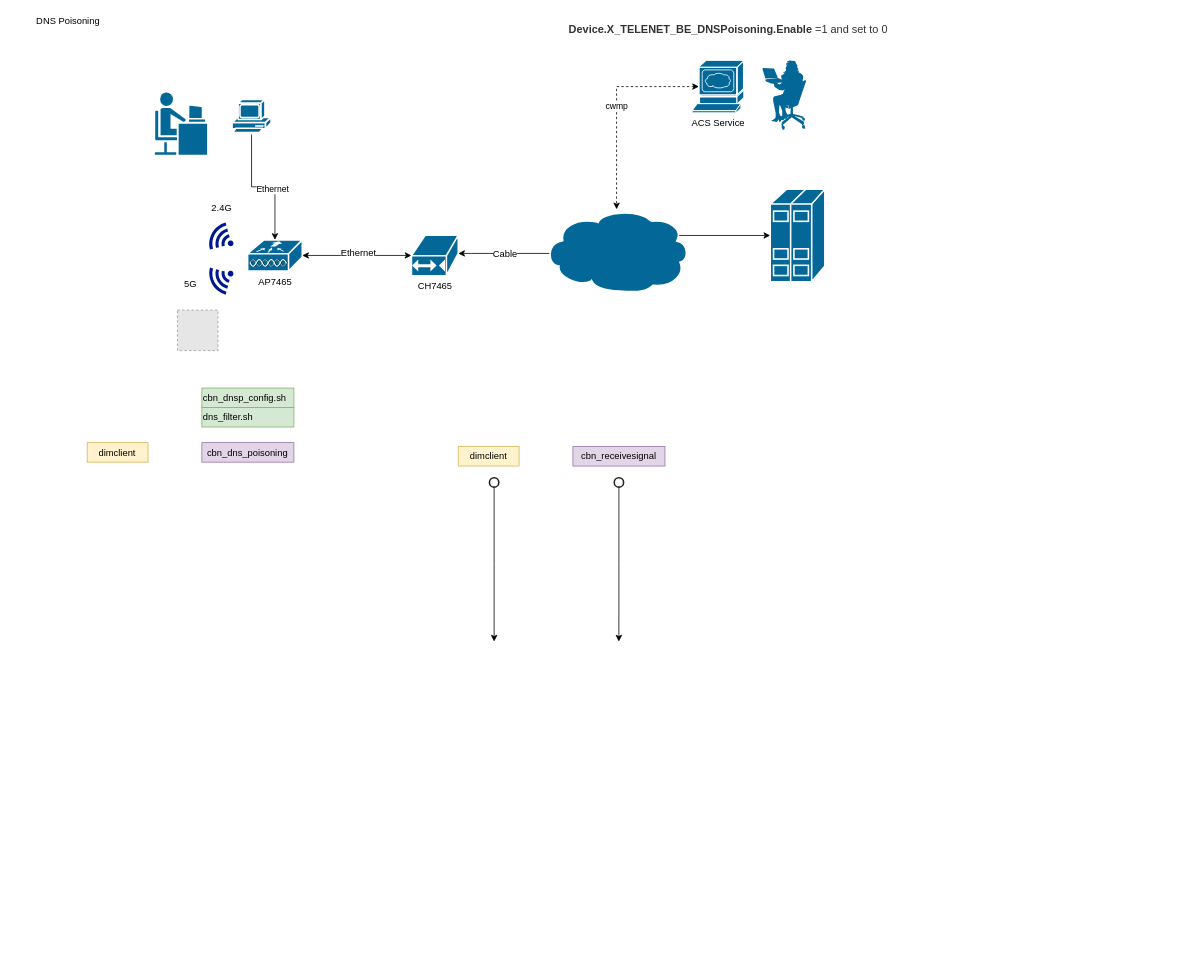
nelsonchung/drawio keeps this draw.io diagram as page "DNS_CBN_65" (6 of 7) of AP7465CE.drawio. Above is the earlier version. Source tidied: cells renumbered, new cells numbered last; positions are measured from the earlier drawing's top-left corner, leaving out a move shared by most shapes. Both pictures are drawn from the tidied source at 78%, with x=0, y=0 at pixel (13, 13). Pictures stored in the file or linked from it are replaced by grey dashed boxes.
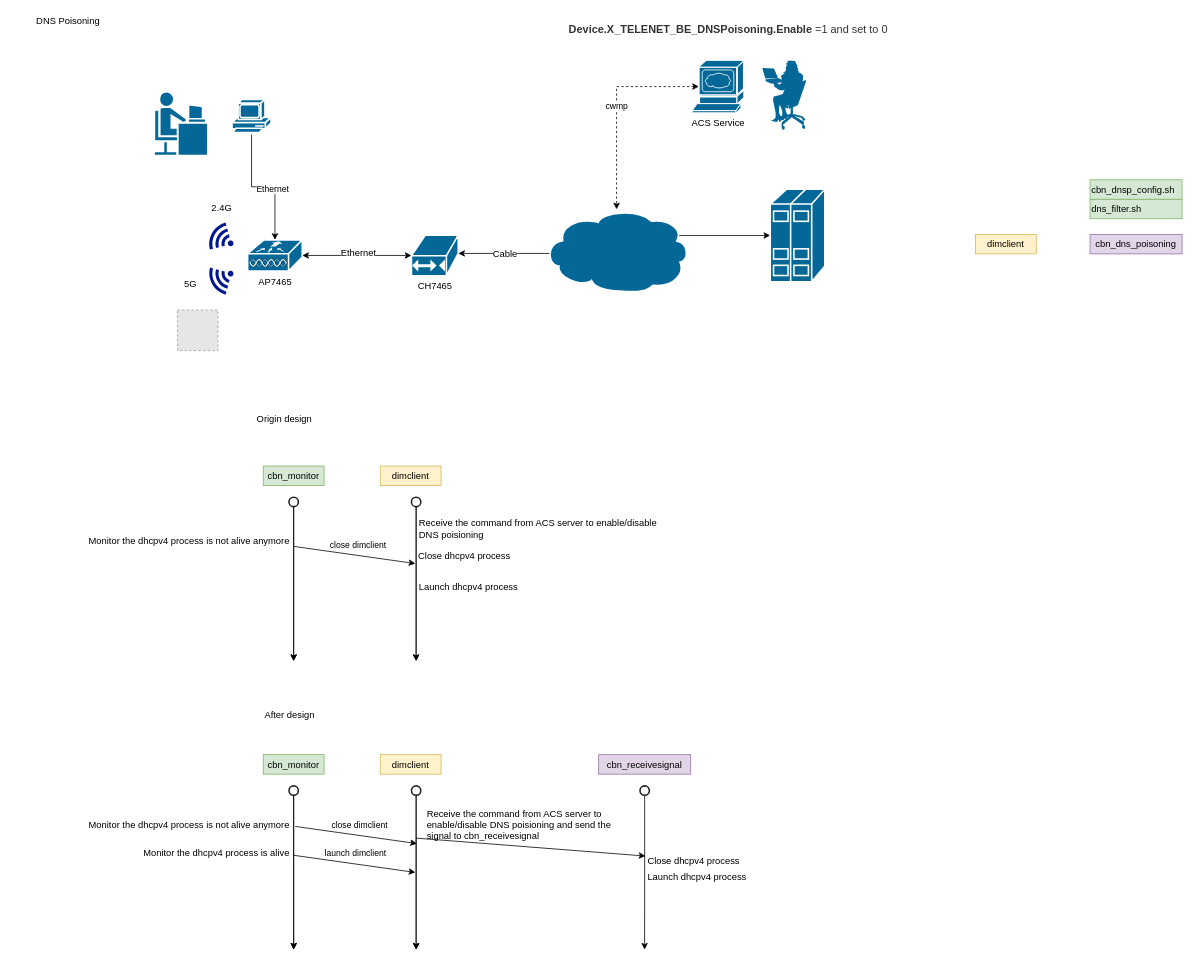
Above is the later version.

What changed in the source:
```diff
@@
     <mxCell id="24" value="dimclient" style="rounded=0;whiteSpace=wrap;html=1;align=center;fillColor=#fff2cc;strokeColor=#d6b656;" parent="1" vertex="1">
-      <mxGeometry x="94.3" y="550" width="78" height="25" as="geometry" />
+      <mxGeometry x="1233" y="283" width="78" height="25" as="geometry" />
     </mxCell>
     <mxCell id="25" value="cbn_dns_poisoning" style="rounded=0;whiteSpace=wrap;html=1;align=center;fillColor=#e1d5e7;strokeColor=#9673a6;" parent="1" vertex="1">
-      <mxGeometry x="241.3" y="550" width="118" height="25" as="geometry" />
+      <mxGeometry x="1380" y="283" width="118" height="25" as="geometry" />
     </mxCell>
     <mxCell id="26" value="&lt;span style=&quot;&quot;&gt;cbn_dnsp_config.sh&lt;/span&gt;" style="rounded=0;whiteSpace=wrap;html=1;align=left;fillColor=#d5e8d4;strokeColor=#82b366;" parent="1" vertex="1">
-      <mxGeometry x="241.3" y="480" width="118" height="25" as="geometry" />
+      <mxGeometry x="1380" y="213" width="118" height="25" as="geometry" />
     </mxCell>
     <mxCell id="27" value="&lt;span style=&quot;&quot;&gt;dns_filter.sh&lt;/span&gt;" style="rounded=0;whiteSpace=wrap;html=1;align=left;fillColor=#d5e8d4;strokeColor=#82b366;" parent="1" vertex="1">
-      <mxGeometry x="241.3" y="505" width="118" height="25" as="geometry" />
+      <mxGeometry x="1380" y="238" width="118" height="25" as="geometry" />
     </mxCell>
     <mxCell id="28" value="dimclient" style="rounded=0;whiteSpace=wrap;html=1;align=center;fillColor=#fff2cc;strokeColor=#d6b656;" parent="1" vertex="1">
-      <mxGeometry x="570" y="555" width="78" height="25" as="geometry" />
+      <mxGeometry x="470" y="580" width="78" height="25" as="geometry" />
     </mxCell>
-    <mxCell id="29" value="cbn_receivesignal" style="rounded=0;whiteSpace=wrap;html=1;align=center;fillColor=#e1d5e7;strokeColor=#9673a6;" parent="1" vertex="1">
-      <mxGeometry x="717" y="555" width="118" height="25" as="geometry" />
-    </mxCell>
     <mxCell id="30" style="edgeStyle=orthogonalEdgeStyle;rounded=0;jettySize=auto;html=1;exitX=0.5;exitY=1;exitDx=0;exitDy=0;exitPerimeter=0;" parent="1" edge="1" source="31">
       <mxGeometry relative="1" as="geometry">
-        <mxPoint x="616" y="805" as="targetPoint" />
+        <mxPoint x="516" y="830" as="targetPoint" />
       </mxGeometry>
     </mxCell>
     <mxCell id="31" style="html=1;verticalLabelPosition=bottom;labelBackgroundColor=#ffffff;verticalAlign=top;shadow=0;dashed=0;strokeWidth=2;shape=mxgraph.ios7.misc.circle;strokeColor=#222222;fillColor=none;" parent="1" vertex="1">
-      <mxGeometry x="610" y="595" width="12" height="12" as="geometry" />
+      <mxGeometry x="510" y="620" width="12" height="12" as="geometry" />
     </mxCell>
-    <mxCell id="32" style="edgeStyle=orthogonalEdgeStyle;rounded=0;jettySize=auto;html=1;exitX=0.5;exitY=1;exitDx=0;exitDy=0;exitPerimeter=0;" parent="1" edge="1" source="33">
-      <mxGeometry relative="1" as="geometry">
-        <mxPoint x="775.9" y="805" as="targetPoint" />
-      </mxGeometry>
-    </mxCell>
-    <mxCell id="33" style="html=1;verticalLabelPosition=bottom;labelBackgroundColor=#ffffff;verticalAlign=top;shadow=0;dashed=0;strokeWidth=2;shape=mxgraph.ios7.misc.circle;strokeColor=#222222;fillColor=none;" parent="1" vertex="1">
-      <mxGeometry x="770" y="595" width="12" height="12" as="geometry" />
-    </mxCell>
+    <mxCell id="34" value="cbn_monitor" style="rounded=0;whiteSpace=wrap;html=1;align=center;fillColor=#d5e8d4;strokeColor=#82b366;" parent="1" vertex="1">
+      <mxGeometry x="320" y="580" width="78" height="25" as="geometry" />
+    </mxCell>
+    <mxCell id="35" style="edgeStyle=orthogonalEdgeStyle;rounded=0;jettySize=auto;html=1;exitX=0.5;exitY=1;exitDx=0;exitDy=0;exitPerimeter=0;" parent="1" edge="1" source="31">
+      <mxGeometry relative="1" as="geometry">
+        <mxPoint x="516" y="830" as="targetPoint" />
+        <Array as="points">
+          <mxPoint x="516" y="710" />
+          <mxPoint x="516" y="710" />
+        </Array>
+      </mxGeometry>
+    </mxCell>
+    <mxCell id="36" style="edgeStyle=orthogonalEdgeStyle;rounded=0;jettySize=auto;html=1;exitX=0.5;exitY=1;exitDx=0;exitDy=0;exitPerimeter=0;" parent="1" edge="1" source="37">
+      <mxGeometry relative="1" as="geometry">
+        <mxPoint x="359" y="830" as="targetPoint" />
+      </mxGeometry>
+    </mxCell>
+    <mxCell id="37" style="html=1;verticalLabelPosition=bottom;labelBackgroundColor=#ffffff;verticalAlign=top;shadow=0;dashed=0;strokeWidth=2;shape=mxgraph.ios7.misc.circle;strokeColor=#222222;fillColor=none;" parent="1" vertex="1">
+      <mxGeometry x="353" y="620" width="12" height="12" as="geometry" />
+    </mxCell>
+    <mxCell id="38" style="edgeStyle=orthogonalEdgeStyle;rounded=0;jettySize=auto;html=1;exitX=0.5;exitY=1;exitDx=0;exitDy=0;exitPerimeter=0;" parent="1" edge="1" source="37">
+      <mxGeometry relative="1" as="geometry">
+        <mxPoint x="359" y="830" as="targetPoint" />
+        <Array as="points">
+          <mxPoint x="359" y="710" />
+          <mxPoint x="359" y="710" />
+        </Array>
+      </mxGeometry>
+    </mxCell>
+    <mxCell id="39" value="dimclient" style="rounded=0;whiteSpace=wrap;html=1;align=center;fillColor=#fff2cc;strokeColor=#d6b656;" parent="1" vertex="1">
+      <mxGeometry x="470" y="950" width="78" height="25" as="geometry" />
+    </mxCell>
+    <mxCell id="29" value="cbn_receivesignal" style="rounded=0;whiteSpace=wrap;html=1;align=center;fillColor=#e1d5e7;strokeColor=#9673a6;" parent="1" vertex="1">
+      <mxGeometry x="750" y="950" width="118" height="25" as="geometry" />
+    </mxCell>
+    <mxCell id="40" style="edgeStyle=orthogonalEdgeStyle;rounded=0;jettySize=auto;html=1;exitX=0.5;exitY=1;exitDx=0;exitDy=0;exitPerimeter=0;" parent="1" edge="1" source="41">
+      <mxGeometry relative="1" as="geometry">
+        <mxPoint x="516" y="1200" as="targetPoint" />
+      </mxGeometry>
+    </mxCell>
+    <mxCell id="41" style="html=1;verticalLabelPosition=bottom;labelBackgroundColor=#ffffff;verticalAlign=top;shadow=0;dashed=0;strokeWidth=2;shape=mxgraph.ios7.misc.circle;strokeColor=#222222;fillColor=none;" parent="1" vertex="1">
+      <mxGeometry x="510" y="990" width="12" height="12" as="geometry" />
+    </mxCell>
+    <mxCell id="42" style="edgeStyle=orthogonalEdgeStyle;rounded=0;jettySize=auto;html=1;exitX=0.5;exitY=1;exitDx=0;exitDy=0;exitPerimeter=0;" parent="1" edge="1" source="43">
+      <mxGeometry relative="1" as="geometry">
+        <mxPoint x="808.9" y="1200" as="targetPoint" />
+      </mxGeometry>
+    </mxCell>
+    <mxCell id="43" style="html=1;verticalLabelPosition=bottom;labelBackgroundColor=#ffffff;verticalAlign=top;shadow=0;dashed=0;strokeWidth=2;shape=mxgraph.ios7.misc.circle;strokeColor=#222222;fillColor=none;" parent="1" vertex="1">
+      <mxGeometry x="803" y="990" width="12" height="12" as="geometry" />
+    </mxCell>
+    <mxCell id="44" value="cbn_monitor" style="rounded=0;whiteSpace=wrap;html=1;align=center;fillColor=#d5e8d4;strokeColor=#82b366;" parent="1" vertex="1">
+      <mxGeometry x="320" y="950" width="78" height="25" as="geometry" />
+    </mxCell>
+    <mxCell id="45" style="edgeStyle=orthogonalEdgeStyle;rounded=0;jettySize=auto;html=1;exitX=0.5;exitY=1;exitDx=0;exitDy=0;exitPerimeter=0;" parent="1" edge="1" source="41">
+      <mxGeometry relative="1" as="geometry">
+        <mxPoint x="516" y="1200" as="targetPoint" />
+        <Array as="points">
+          <mxPoint x="516" y="1080" />
+          <mxPoint x="516" y="1080" />
+        </Array>
+      </mxGeometry>
+    </mxCell>
+    <mxCell id="46" style="edgeStyle=orthogonalEdgeStyle;rounded=0;jettySize=auto;html=1;exitX=0.5;exitY=1;exitDx=0;exitDy=0;exitPerimeter=0;" parent="1" edge="1" source="47">
+      <mxGeometry relative="1" as="geometry">
+        <mxPoint x="359" y="1200" as="targetPoint" />
+      </mxGeometry>
+    </mxCell>
+    <mxCell id="47" style="html=1;verticalLabelPosition=bottom;labelBackgroundColor=#ffffff;verticalAlign=top;shadow=0;dashed=0;strokeWidth=2;shape=mxgraph.ios7.misc.circle;strokeColor=#222222;fillColor=none;" parent="1" vertex="1">
+      <mxGeometry x="353" y="990" width="12" height="12" as="geometry" />
+    </mxCell>
+    <mxCell id="48" style="edgeStyle=orthogonalEdgeStyle;rounded=0;jettySize=auto;html=1;exitX=0.5;exitY=1;exitDx=0;exitDy=0;exitPerimeter=0;" parent="1" edge="1" source="47">
+      <mxGeometry relative="1" as="geometry">
+        <mxPoint x="359" y="1200" as="targetPoint" />
+        <Array as="points">
+          <mxPoint x="359" y="1080" />
+          <mxPoint x="359" y="1080" />
+        </Array>
+      </mxGeometry>
+    </mxCell>
+    <mxCell id="49" value="Origin design" style="text;html=1;strokeColor=none;fillColor=none;align=left;verticalAlign=middle;whiteSpace=wrap;rounded=0;" parent="1" vertex="1">
+      <mxGeometry x="310" y="510" width="180" height="20" as="geometry" />
+    </mxCell>
+    <mxCell id="50" value="After design" style="text;html=1;strokeColor=none;fillColor=none;align=left;verticalAlign=middle;whiteSpace=wrap;rounded=0;" parent="1" vertex="1">
+      <mxGeometry x="320" y="890" width="180" height="20" as="geometry" />
+    </mxCell>
+    <mxCell id="51" value="Receive the command from ACS server to enable/disable DNS poisioning" style="text;html=1;strokeColor=none;fillColor=none;align=left;verticalAlign=middle;whiteSpace=wrap;rounded=0;" parent="1" vertex="1">
+      <mxGeometry x="518" y="651" width="320" height="20" as="geometry" />
+    </mxCell>
+    <mxCell id="52" value="Close dhcpv4 process" style="text;html=1;strokeColor=none;fillColor=none;align=left;verticalAlign=middle;whiteSpace=wrap;rounded=0;" parent="1" vertex="1">
+      <mxGeometry x="517" y="686" width="320" height="20" as="geometry" />
+    </mxCell>
+    <mxCell id="53" value="Launch dhcpv4 process" style="text;html=1;strokeColor=none;fillColor=none;align=left;verticalAlign=middle;whiteSpace=wrap;rounded=0;" parent="1" vertex="1">
+      <mxGeometry x="518" y="726" width="320" height="20" as="geometry" />
+    </mxCell>
+    <mxCell id="54" style="endArrow=classic;html=1;" parent="1" edge="1">
+      <mxGeometry relative="1" as="geometry">
+        <mxPoint x="359" y="683" as="sourcePoint" />
+        <mxPoint x="515" y="705" as="targetPoint" />
+      </mxGeometry>
+    </mxCell>
+    <mxCell id="55" value="Monitor the dhcpv4 process is not alive anymore" style="text;html=1;strokeColor=none;fillColor=none;align=right;verticalAlign=middle;whiteSpace=wrap;rounded=0;" parent="1" vertex="1">
+      <mxGeometry x="80" y="666" width="276" height="20" as="geometry" />
+    </mxCell>
+    <mxCell id="56" value="&lt;font style=&quot;font-size: 11px&quot;&gt;close dimclient&lt;/font&gt;" style="text;html=1;strokeColor=none;fillColor=none;align=right;verticalAlign=middle;whiteSpace=wrap;rounded=0;fontSize=8;" parent="1" vertex="1">
+      <mxGeometry x="390" y="671" width="90" height="20" as="geometry" />
+    </mxCell>
+    <mxCell id="57" value="Close dhcpv4 process" style="text;html=1;strokeColor=none;fillColor=none;align=left;verticalAlign=middle;whiteSpace=wrap;rounded=0;" parent="1" vertex="1">
+      <mxGeometry x="811" y="1077" width="320" height="20" as="geometry" />
+    </mxCell>
+    <mxCell id="58" value="Launch dhcpv4 process" style="text;html=1;strokeColor=none;fillColor=none;align=left;verticalAlign=middle;whiteSpace=wrap;rounded=0;" parent="1" vertex="1">
+      <mxGeometry x="811" y="1097" width="320" height="20" as="geometry" />
+    </mxCell>
+    <mxCell id="59" value="Monitor the dhcpv4 process is not alive anymore" style="text;html=1;strokeColor=none;fillColor=none;align=right;verticalAlign=middle;whiteSpace=wrap;rounded=0;" parent="1" vertex="1">
+      <mxGeometry x="90" y="1030" width="266" height="20" as="geometry" />
+    </mxCell>
+    <mxCell id="60" style="endArrow=classic;html=1;" parent="1" edge="1">
+      <mxGeometry relative="1" as="geometry">
+        <mxPoint x="361" y="1042" as="sourcePoint" />
+        <mxPoint x="517" y="1064" as="targetPoint" />
+      </mxGeometry>
+    </mxCell>
+    <mxCell id="61" value="&lt;font style=&quot;font-size: 11px&quot;&gt;close dimclient&lt;/font&gt;" style="text;html=1;strokeColor=none;fillColor=none;align=right;verticalAlign=middle;whiteSpace=wrap;rounded=0;fontSize=8;" parent="1" vertex="1">
+      <mxGeometry x="392" y="1030" width="90" height="20" as="geometry" />
+    </mxCell>
+    <mxCell id="62" style="endArrow=classic;html=1;" parent="1" edge="1">
+      <mxGeometry relative="1" as="geometry">
+        <mxPoint x="359" y="1079" as="sourcePoint" />
+        <mxPoint x="515" y="1101" as="targetPoint" />
+      </mxGeometry>
+    </mxCell>
+    <mxCell id="63" value="&lt;font style=&quot;font-size: 11px&quot;&gt;launch dimclient&lt;/font&gt;" style="text;html=1;strokeColor=none;fillColor=none;align=right;verticalAlign=middle;whiteSpace=wrap;rounded=0;fontSize=8;" parent="1" vertex="1">
+      <mxGeometry x="390" y="1067" width="90" height="20" as="geometry" />
+    </mxCell>
+    <mxCell id="64" value="Monitor the dhcpv4 process is alive" style="text;html=1;strokeColor=none;fillColor=none;align=right;verticalAlign=middle;whiteSpace=wrap;rounded=0;" parent="1" vertex="1">
+      <mxGeometry x="90" y="1067" width="266" height="20" as="geometry" />
+    </mxCell>
+    <mxCell id="65" value="Receive the command from ACS server to enable/disable DNS poisioning and send the signal to cbn_receivesignal" style="text;html=1;strokeColor=none;fillColor=none;align=left;verticalAlign=middle;whiteSpace=wrap;rounded=0;" parent="1" vertex="1">
+      <mxGeometry x="528" y="1030" width="272" height="20" as="geometry" />
+    </mxCell>
+    <mxCell id="66" style="endArrow=classic;html=1;" parent="1" edge="1">
+      <mxGeometry relative="1" as="geometry">
+        <mxPoint x="516" y="1057" as="sourcePoint" />
+        <mxPoint x="810" y="1080" as="targetPoint" />
+      </mxGeometry>
+    </mxCell>
```
